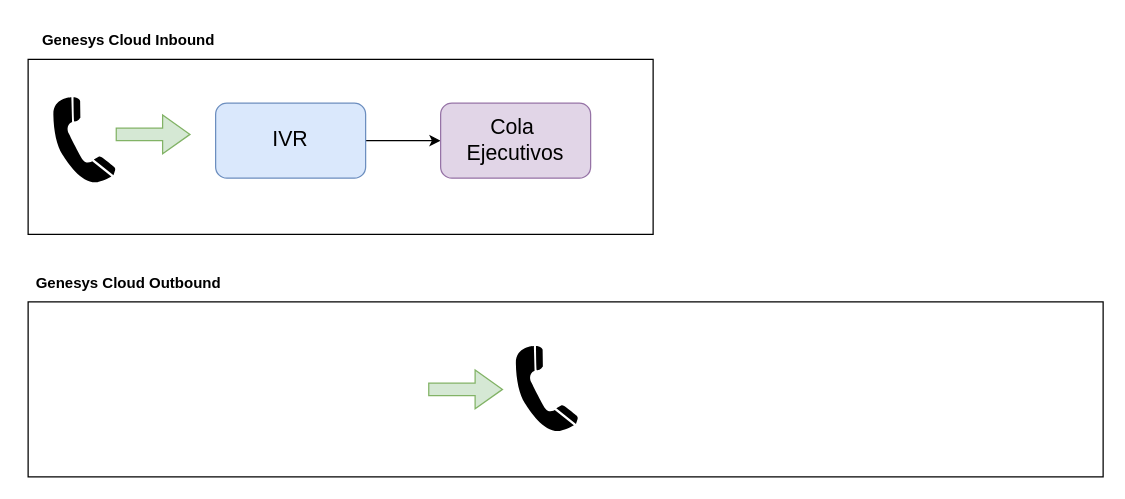
Earlier version of the draw.io diagram ppt.drawio (nonate/personalProject). Source tidied: cells renumbered, new cells numbered last; positions are measured from the earlier drawing's top-left corner, leaving out a move shared by most shapes. Both pictures are drawn from the tidied source at 125%, with x=0, y=0 at pixel (21, 21).
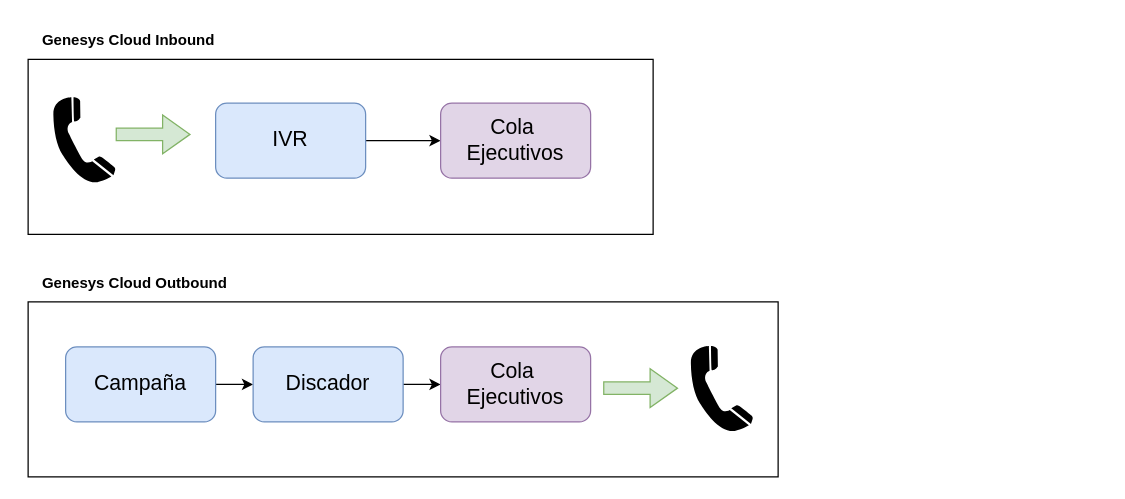
After the change.

What changed in the source:
```diff
@@
 <mxGraphModel>
   <root>
     <mxCell id="0" />
     <mxCell id="1" parent="0" />
     <mxCell id="2" style="rounded=0;whiteSpace=wrap;html=1;" parent="1" vertex="1">
       <mxGeometry x="5" y="30" width="500" height="140" as="geometry" />
     </mxCell>
     <mxCell id="3" style="shape=mxgraph.signs.tech.telephone_3;html=1;fillColor=#000000;strokeColor=none;verticalLabelPosition=bottom;verticalAlign=top;align=center;" parent="1" vertex="1">
       <mxGeometry x="25" y="60" width="50" height="70" as="geometry" />
     </mxCell>
     <mxCell id="4" style="rounded=0;whiteSpace=wrap;html=1;" parent="1" vertex="1">
-      <mxGeometry x="5" y="224" width="860" height="140" as="geometry" />
+      <mxGeometry x="5" y="224" width="600" height="140" as="geometry" />
     </mxCell>
     <mxCell id="5" style="shape=mxgraph.signs.tech.telephone_3;html=1;fillColor=#000000;strokeColor=none;verticalLabelPosition=bottom;verticalAlign=top;align=center;" parent="1" vertex="1">
-      <mxGeometry x="395" y="259" width="50" height="70" as="geometry" />
+      <mxGeometry x="535" y="259" width="50" height="70" as="geometry" />
     </mxCell>
     <mxCell id="6" style="shape=flexArrow;endArrow=classic;html=1;rounded=0;endWidth=20;endSize=6.97;fillColor=#d5e8d4;strokeColor=#82b366;" parent="1" edge="1">
       <mxGeometry relative="1" as="geometry">
         <mxPoint x="75" y="90" as="sourcePoint" />
         <mxPoint x="135" y="90" as="targetPoint" />
       </mxGeometry>
     </mxCell>
     <mxCell id="7" value="&lt;b&gt;Genesys Cloud Inbound&lt;/b&gt;" style="text;html=1;align=center;verticalAlign=middle;strokeColor=none;fillColor=none;" parent="1" vertex="1">
       <mxGeometry x="5" width="160" height="30" as="geometry" />
     </mxCell>
     <mxCell id="8" value="&lt;b&gt;Genesys Cloud Outbound&lt;/b&gt;" style="text;html=1;align=center;verticalAlign=middle;strokeColor=none;fillColor=none;" parent="1" vertex="1">
-      <mxGeometry y="194" width="170" height="30" as="geometry" />
+      <mxGeometry x="5" y="194" width="170" height="30" as="geometry" />
     </mxCell>
     <mxCell id="9" style="shape=flexArrow;endArrow=classic;html=1;rounded=0;endWidth=20;endSize=6.97;fillColor=#d5e8d4;strokeColor=#82b366;" parent="1" edge="1">
       <mxGeometry relative="1" as="geometry">
-        <mxPoint x="325" y="294" as="sourcePoint" />
-        <mxPoint x="385" y="294" as="targetPoint" />
+        <mxPoint x="465" y="293" as="sourcePoint" />
+        <mxPoint x="525" y="293" as="targetPoint" />
       </mxGeometry>
     </mxCell>
     <mxCell id="10" style="edgeStyle=orthogonalEdgeStyle;rounded=0;jettySize=auto;html=1;" parent="1" edge="1" source="11" target="12">
       <mxGeometry relative="1" as="geometry" />
     </mxCell>
     <mxCell id="11" value="&lt;font style=&quot;font-size: 17px;&quot;&gt;IVR&lt;/font&gt;" style="rounded=1;whiteSpace=wrap;html=1;fillColor=#dae8fc;strokeColor=#6c8ebf;" parent="1" vertex="1">
       <mxGeometry x="155" y="65" width="120" height="60" as="geometry" />
     </mxCell>
     <mxCell id="12" value="&lt;font style=&quot;font-size: 17px;&quot;&gt;Cola&amp;nbsp; Ejecutivos&lt;/font&gt;" style="rounded=1;whiteSpace=wrap;html=1;fillColor=#e1d5e7;strokeColor=#9673a6;" parent="1" vertex="1">
       <mxGeometry x="335" y="65" width="120" height="60" as="geometry" />
     </mxCell>
+    <mxCell id="13" style="edgeStyle=orthogonalEdgeStyle;rounded=0;jettySize=auto;html=1;entryX=0;entryY=0.5;entryDx=0;entryDy=0;" parent="1" edge="1" source="14" target="16">
+      <mxGeometry relative="1" as="geometry" />
+    </mxCell>
+    <mxCell id="14" value="&lt;font style=&quot;font-size: 17px;&quot;&gt;Campaña&lt;/font&gt;" style="rounded=1;whiteSpace=wrap;html=1;fillColor=#dae8fc;strokeColor=#6c8ebf;" parent="1" vertex="1">
+      <mxGeometry x="35" y="260" width="120" height="60" as="geometry" />
+    </mxCell>
+    <mxCell id="15" style="edgeStyle=orthogonalEdgeStyle;rounded=0;jettySize=auto;html=1;" parent="1" edge="1" source="16" target="17">
+      <mxGeometry relative="1" as="geometry" />
+    </mxCell>
+    <mxCell id="16" value="&lt;font style=&quot;font-size: 17px;&quot;&gt;Discador&lt;/font&gt;" style="rounded=1;whiteSpace=wrap;html=1;fillColor=#dae8fc;strokeColor=#6c8ebf;" parent="1" vertex="1">
+      <mxGeometry x="185" y="260" width="120" height="60" as="geometry" />
+    </mxCell>
+    <mxCell id="17" value="&lt;font style=&quot;font-size: 17px;&quot;&gt;Cola&amp;nbsp; Ejecutivos&lt;/font&gt;" style="rounded=1;whiteSpace=wrap;html=1;fillColor=#e1d5e7;strokeColor=#9673a6;" parent="1" vertex="1">
+      <mxGeometry x="335" y="260" width="120" height="60" as="geometry" />
+    </mxCell>
   </root>
 </mxGraphModel>
```
